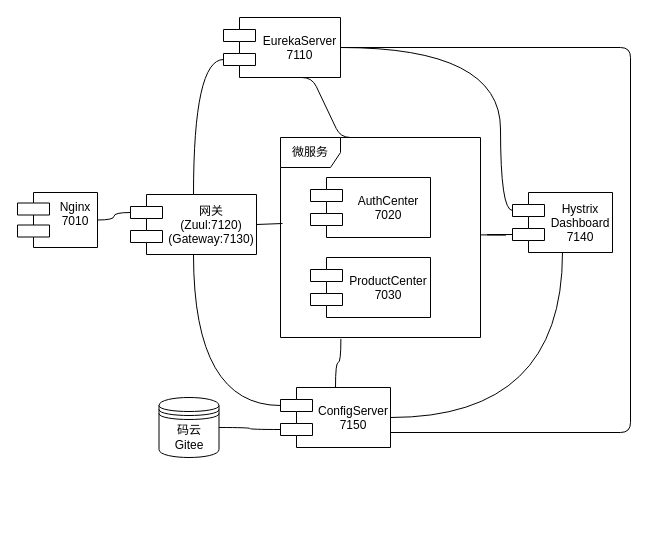
This is springcloud-doc/diagram/部署图.drawio from waltertan1988/springcloud-dist, a draw.io file, before an edit. Source tidied: cells renumbered, new cells numbered last; positions are measured from the earlier drawing's top-left corner, leaving out a move shared by most shapes. Both pictures are drawn from the tidied source at 100%, with x=0, y=0 at pixel (17, 17).
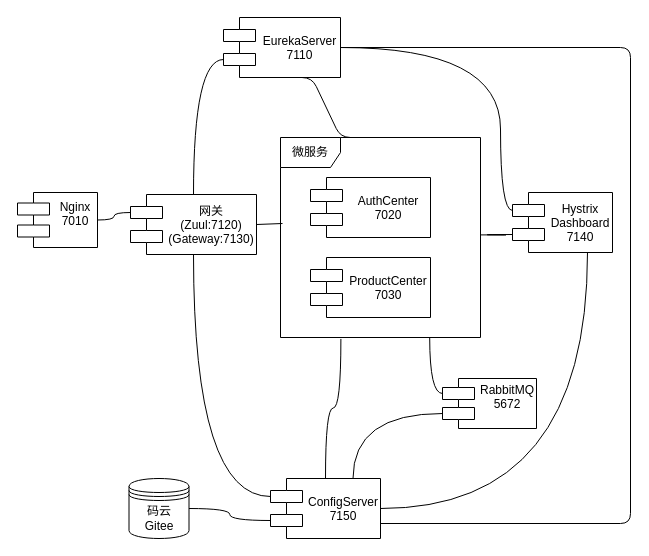
The same diagram, later.

Commit message:
修改部署图

The change refers to these unchanged cells:
```xml
<mxCell id="6" value="微服务" style="shape=umlFrame;whiteSpace=wrap;html=1;" parent="1" vertex="1">
  <mxGeometry x="263" y="120" width="200" height="200" as="geometry" />
</mxCell>
<mxCell id="9" value="Hystrix &#10;Dashboard&#10;7140" style="shape=component;align=center;spacingLeft=36;" parent="1" vertex="1">
  <mxGeometry x="495" y="175" width="100" height="60" as="geometry" />
</mxCell>
```

Diff of the diagram source:
```diff
@@
     <mxCell id="10" value="ConfigServer&#10;7150" style="shape=component;align=center;spacingLeft=36;" parent="1" vertex="1">
-      <mxGeometry x="263" y="370" width="110" height="60" as="geometry" />
+      <mxGeometry x="253" y="461" width="110" height="60" as="geometry" />
     </mxCell>
     <mxCell id="11" value="码云&lt;br&gt;Gitee&lt;br&gt;" style="shape=datastore;whiteSpace=wrap;html=1;align=center;" parent="1" vertex="1">
-      <mxGeometry x="141.5" y="380" width="60" height="60" as="geometry" />
+      <mxGeometry x="111.5" y="461" width="60" height="60" as="geometry" />
     </mxCell>
@@
-    <mxCell id="18" style="endArrow=none;html=1;exitX=1;exitY=0.5;exitDx=0;exitDy=0;entryX=0.5;entryY=1;entryDx=0;entryDy=0;edgeStyle=orthogonalEdgeStyle;curved=1;" parent="1" edge="1" source="10" target="9">
-      <mxGeometry relative="1" as="geometry" />
-    </mxCell>
@@
+    <mxCell id="22" value="RabbitMQ&#10;5672&#10;" style="shape=component;align=center;spacingLeft=36;verticalAlign=middle;" parent="1" vertex="1">
+      <mxGeometry x="425" y="361" width="94" height="50" as="geometry" />
+    </mxCell>
+    <mxCell id="23" style="endArrow=none;html=1;entryX=0.746;entryY=1;entryDx=0;entryDy=0;entryPerimeter=0;exitX=0;exitY=0.3;exitDx=0;exitDy=0;edgeStyle=orthogonalEdgeStyle;curved=1;" parent="1" edge="1" source="22" target="6">
+      <mxGeometry relative="1" as="geometry" />
+    </mxCell>
+    <mxCell id="24" style="endArrow=none;html=1;entryX=0;entryY=0.7;entryDx=0;entryDy=0;exitX=0.75;exitY=0;exitDx=0;exitDy=0;edgeStyle=orthogonalEdgeStyle;curved=1;" parent="1" edge="1" source="10" target="22">
+      <mxGeometry relative="1" as="geometry" />
+    </mxCell>
+    <mxCell id="18" style="endArrow=none;html=1;exitX=1;exitY=0.5;exitDx=0;exitDy=0;entryX=0.75;entryY=1;entryDx=0;entryDy=0;edgeStyle=orthogonalEdgeStyle;curved=1;" parent="1" edge="1" source="10" target="9">
+      <mxGeometry relative="1" as="geometry" />
+    </mxCell>
```
